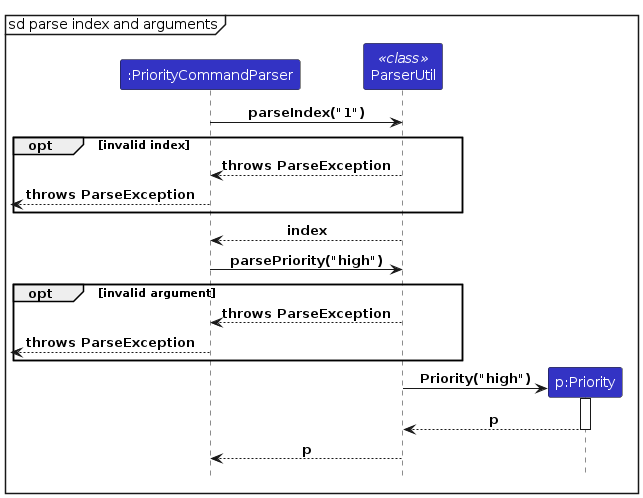
Above: diagrams/priority-feature/ParseIndexAndArgumentsSequenceDiagram.png in yucongkoo/tp (PlantUML), before the change. Its source is kept beside it as diagrams/priority-feature/ParseIndexAndArgumentsSequenceDiagram.puml.
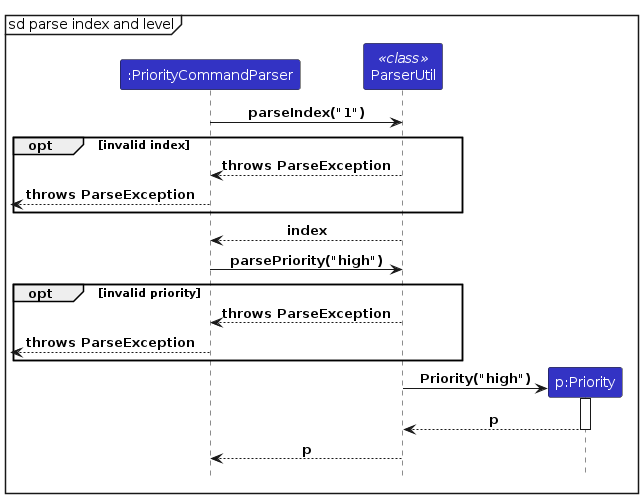
The same file after the commit.

The edit, as a diff of the source:
```diff
@@ -1,7 +1,7 @@
 @startuml
 !include ../style.puml
 
-mainframe sd parse index and arguments
+mainframe sd parse index and level
 
 participant ":PriorityCommandParser" as PriorityCommandParser LOGIC_COLOR
 participant "ParserUtil" as ParserUtilClass <<class>> LOGIC_COLOR
@@ -14,7 +14,7 @@
 end
     ParserUtilClass --> PriorityCommandParser: index
     PriorityCommandParser -> ParserUtilClass: parsePriority("high")
-opt invalid argument
+opt invalid priority
     ParserUtilClass --> PriorityCommandParser: throws ParseException
     PriorityCommandParser -->[: throws ParseException
 end
```
